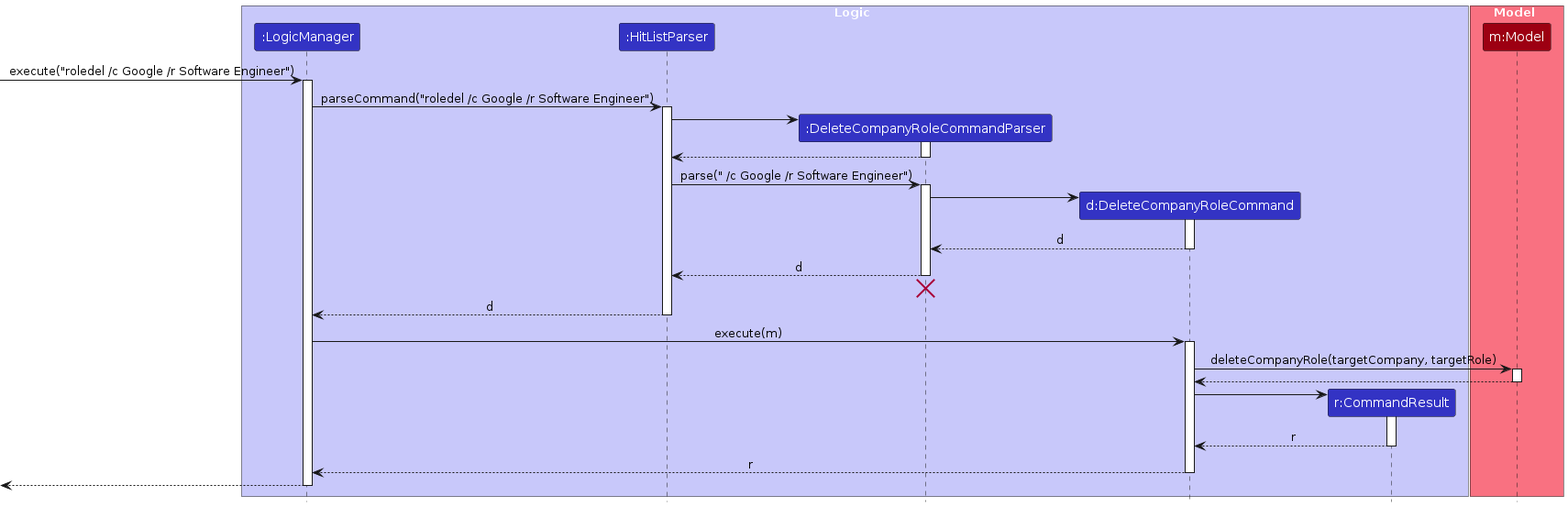
Above: diagrams/delete-role/RoleDeleteSequenceDiagram-Logic.png in AY2526S2-CS2103T-W11-2/tp (PlantUML), before the change. Its source is kept beside it as diagrams/delete-role/RoleDeleteSequenceDiagram-Logic.puml.
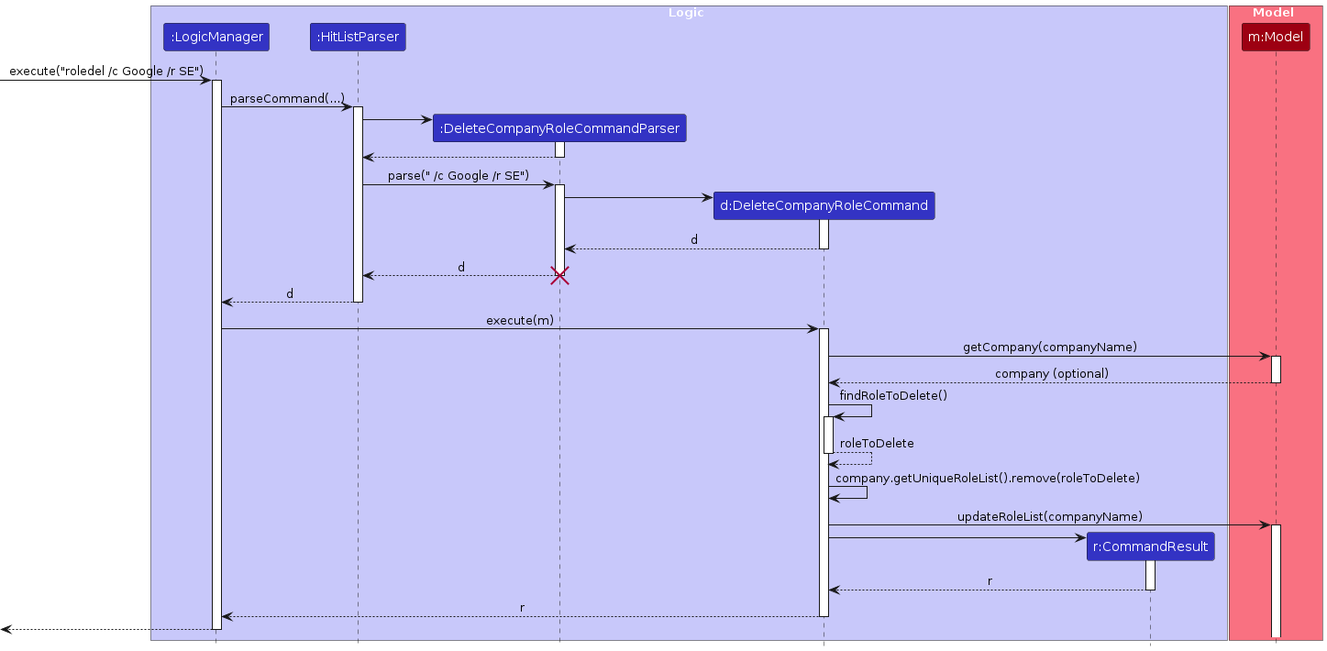
Above is the later version.

Change to the diagram source:
```diff
@@ -1,4 +1,4 @@
-@startuml role-delete-sequence-diagram-logic /' Renames the file to kebab-case when exported as an image.'/'
+@startuml role-delete-sequence-diagram-logic
 !include ../style.puml
 skinparam ArrowFontStyle plain
 
@@ -14,10 +14,10 @@
 participant "m:Model" as Model MODEL_COLOR
 end box
 
-[-> LogicManager : execute("roledel /c Google /r Software Engineer")
+[-> LogicManager : execute("roledel /c Google /r SE")
 activate LogicManager
 
-LogicManager -> HitListParser : parseCommand("roledel /c Google /r Software Engineer")
+LogicManager -> HitListParser : parseCommand(...)
 activate HitListParser
 
 create DeleteCompanyRoleCommandParser
@@ -27,7 +27,7 @@
 DeleteCompanyRoleCommandParser --> HitListParser
 deactivate DeleteCompanyRoleCommandParser
 
-HitListParser -> DeleteCompanyRoleCommandParser : parse(" /c Google /r Software Engineer")
+HitListParser -> DeleteCompanyRoleCommandParser : parse(" /c Google /r SE")
 activate DeleteCompanyRoleCommandParser
 
 create DeleteCompanyRoleCommand
@@ -39,7 +39,6 @@
 
 DeleteCompanyRoleCommandParser --> HitListParser : d
 deactivate DeleteCompanyRoleCommandParser
-DeleteCompanyRoleCommandParser -[hidden]-> HitListParser
 destroy DeleteCompanyRoleCommandParser
 
 HitListParser --> LogicManager : d
@@ -48,11 +47,20 @@
 LogicManager -> DeleteCompanyRoleCommand : execute(m)
 activate DeleteCompanyRoleCommand
 
-DeleteCompanyRoleCommand -> Model : deleteCompanyRole(targetCompany, targetRole)
+DeleteCompanyRoleCommand -> Model : getCompany(companyName)
 activate Model
+Model --> DeleteCompanyRoleCommand : company (optional)
+deactivate Model
 
-Model --> DeleteCompanyRoleCommand
-deactivate Model
+DeleteCompanyRoleCommand -> DeleteCompanyRoleCommand : findRoleToDelete()
+activate DeleteCompanyRoleCommand
+DeleteCompanyRoleCommand --> DeleteCompanyRoleCommand : roleToDelete
+deactivate DeleteCompanyRoleCommand
+
+DeleteCompanyRoleCommand -> DeleteCompanyRoleCommand : company.getUniqueRoleList().remove(roleToDelete)
+
+DeleteCompanyRoleCommand -> Model : updateRoleList(companyName)
+activate Model
 
 create CommandResult
 DeleteCompanyRoleCommand -> CommandResult
```
